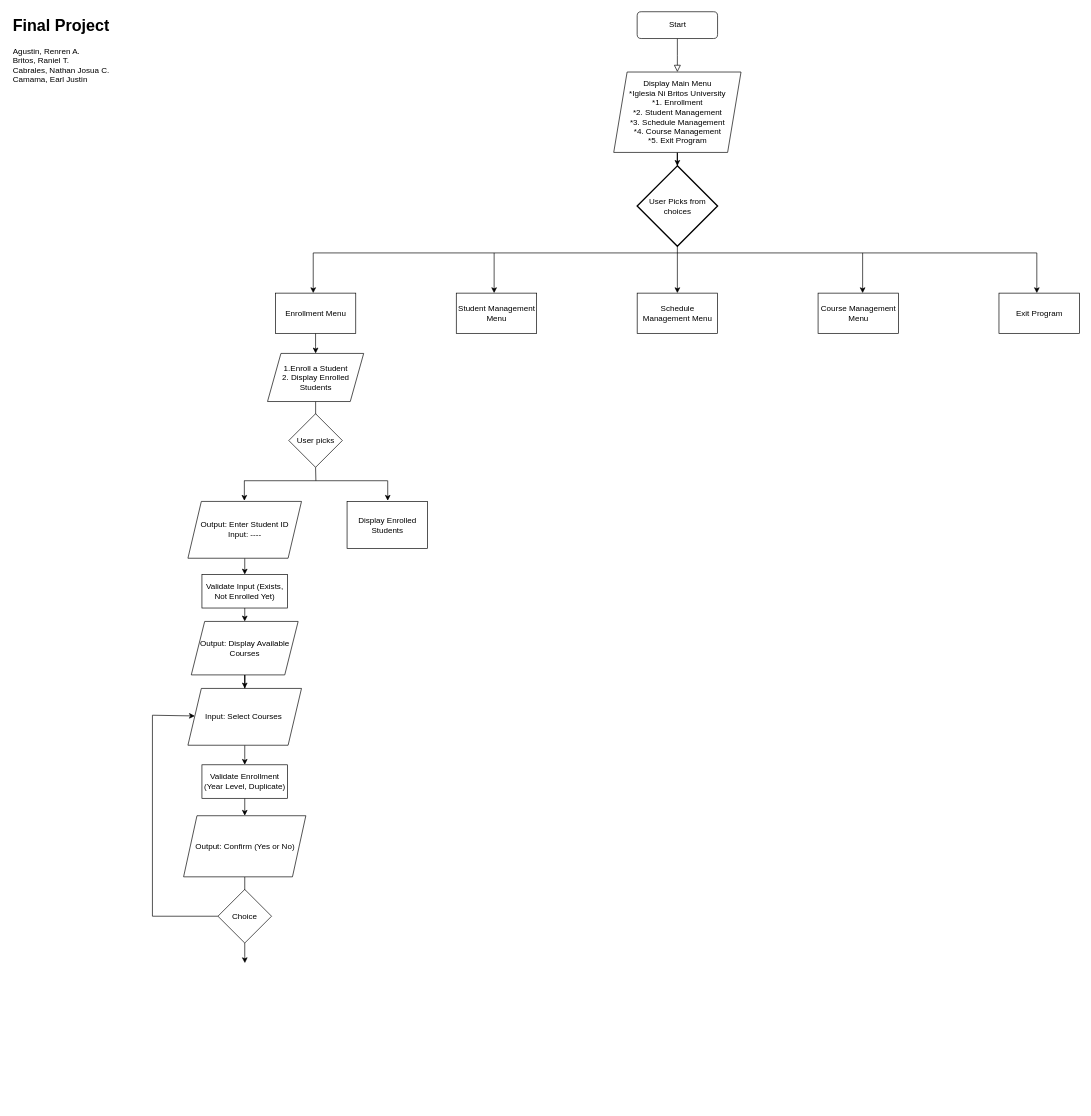
The draw.io diagram Flowchart.drawio in INB-Nathan/CCS0015-FINALS, before the edit. Source tidied: cells renumbered, new cells numbered last; positions are measured from the earlier drawing's top-left corner, leaving out a move shared by most shapes. Both pictures are drawn from the tidied source at 67%, with x=0, y=0 at pixel (11, 11).
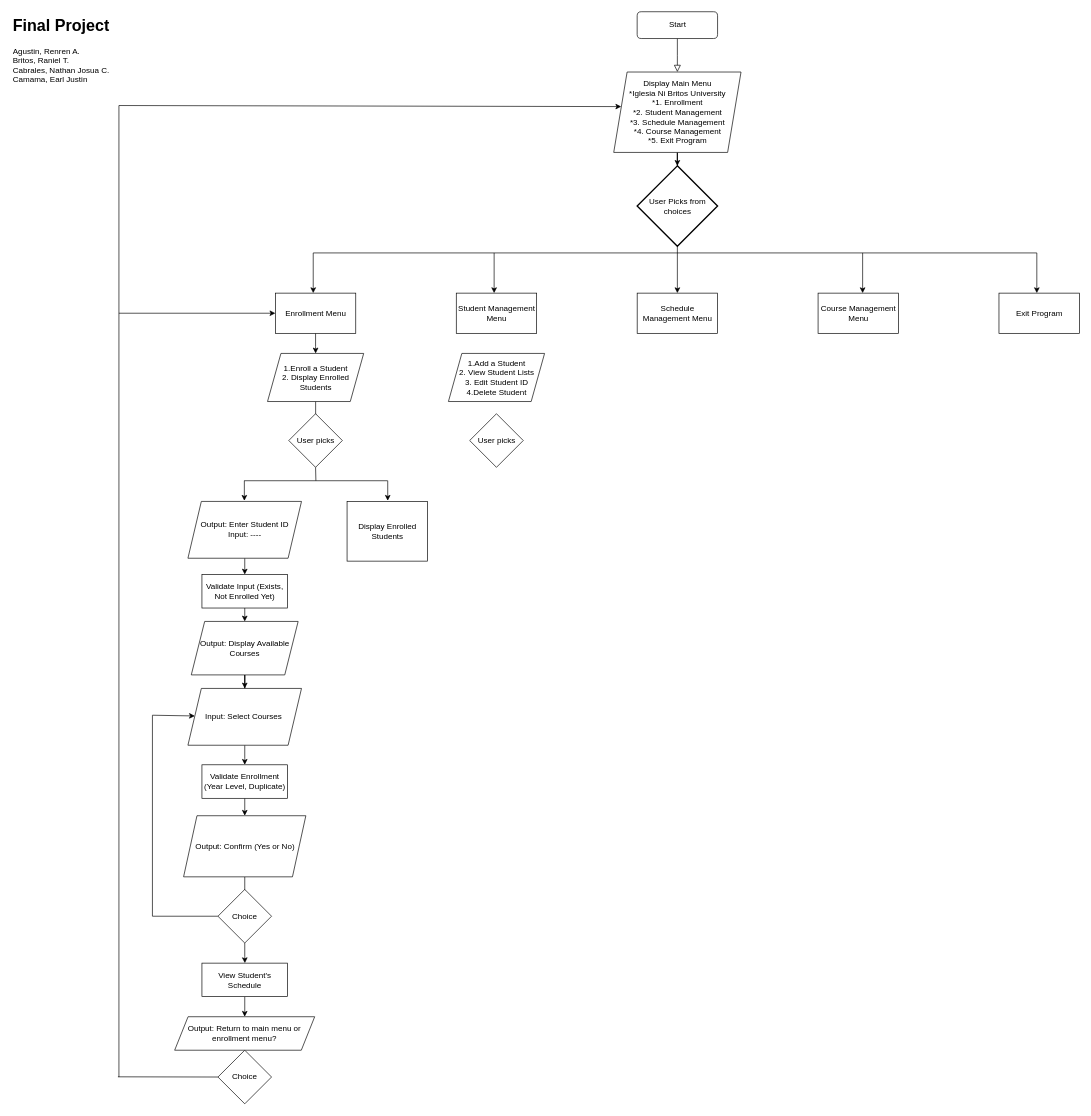
Above is the later version.

Unchanged cells that the change refers to:
```xml
<mxCell id="10" value="Enrollment Menu" style="rounded=0;whiteSpace=wrap;html=1;" parent="1" vertex="1">
  <mxGeometry x="393.5" y="420" width="120" height="60" as="geometry" />
</mxCell>
<mxCell id="19" value="Display Main Menu&lt;div&gt;*Iglesia Ni Britos University&lt;/div&gt;&lt;div&gt;*1. Enrollment&lt;br&gt;*2. Student Management&lt;br&gt;*3. Schedule Management&lt;br&gt;*4. Course Management&lt;br&gt;*5. Exit Program&lt;/div&gt;" style="shape=parallelogram;perimeter=parallelogramPerimeter;whiteSpace=wrap;html=1;fixedSize=1;" parent="1" vertex="1">
  <mxGeometry x="898.5" y="90" width="190" height="120" as="geometry" />
</mxCell>
```

What changed in the source:
```diff
@@
     <mxCell id="25" value="Display Enrolled Students" style="rounded=0;whiteSpace=wrap;html=1;" parent="1" vertex="1">
-      <mxGeometry x="500.5" y="730.9" width="120" height="70" as="geometry" />
+      <mxGeometry x="500.5" y="730.9" width="120" height="89.1" as="geometry" />
     </mxCell>
@@
+    <mxCell id="45" style="edgeStyle=orthogonalEdgeStyle;rounded=0;jettySize=auto;html=1;" parent="1" edge="1" source="46" target="47">
+      <mxGeometry relative="1" as="geometry" />
+    </mxCell>
+    <mxCell id="46" value="View Student's Schedule" style="rounded=0;whiteSpace=wrap;html=1;" parent="1" vertex="1">
+      <mxGeometry x="283.9" y="1420" width="127.8" height="50" as="geometry" />
+    </mxCell>
+    <mxCell id="47" value="Output: Return to main menu or enrollment menu?" style="shape=parallelogram;perimeter=parallelogramPerimeter;whiteSpace=wrap;html=1;fixedSize=1;" parent="1" vertex="1">
+      <mxGeometry x="243.2" y="1500" width="209" height="50" as="geometry" />
+    </mxCell>
+    <mxCell id="48" value="Choice" style="rhombus;whiteSpace=wrap;html=1;" parent="1" vertex="1">
+      <mxGeometry x="307.8" y="1550" width="80" height="80" as="geometry" />
+    </mxCell>
+    <mxCell id="49" style="endArrow=none;html=1;rounded=0;entryX=0;entryY=0.5;entryDx=0;entryDy=0;" parent="1" edge="1" target="48">
+      <mxGeometry relative="1" as="geometry">
+        <mxPoint x="158.5" y="1589.7" as="sourcePoint" />
+      </mxGeometry>
+    </mxCell>
+    <mxCell id="50" style="endArrow=none;html=1;rounded=0;" parent="1" edge="1">
+      <mxGeometry relative="1" as="geometry">
+        <mxPoint x="160" y="1590" as="sourcePoint" />
+        <mxPoint x="160" y="140" as="targetPoint" />
+      </mxGeometry>
+    </mxCell>
+    <mxCell id="51" style="endArrow=classic;html=1;rounded=0;entryX=0.059;entryY=0.43;entryDx=0;entryDy=0;entryPerimeter=0;" parent="1" edge="1" target="19">
+      <mxGeometry relative="1" as="geometry">
+        <mxPoint x="160" y="140" as="sourcePoint" />
+      </mxGeometry>
+    </mxCell>
+    <mxCell id="52" style="endArrow=classic;html=1;rounded=0;entryX=0;entryY=0.5;entryDx=0;entryDy=0;" parent="1" edge="1" target="10">
+      <mxGeometry relative="1" as="geometry">
+        <mxPoint x="160" y="450" as="sourcePoint" />
+      </mxGeometry>
+    </mxCell>
+    <mxCell id="53" value="1.Add a Student&lt;div&gt;2. View Student Lists&lt;/div&gt;&lt;div&gt;3. Edit Student ID&lt;/div&gt;&lt;div&gt;4.Delete Student&lt;/div&gt;" style="shape=parallelogram;perimeter=parallelogramPerimeter;whiteSpace=wrap;html=1;fixedSize=1;" parent="1" vertex="1">
+      <mxGeometry x="651.8" y="510" width="143.5" height="71.8" as="geometry" />
+    </mxCell>
+    <mxCell id="54" value="User picks" style="rhombus;whiteSpace=wrap;html=1;" parent="1" vertex="1">
+      <mxGeometry x="683.5" y="600" width="80" height="80" as="geometry" />
+    </mxCell>
```
